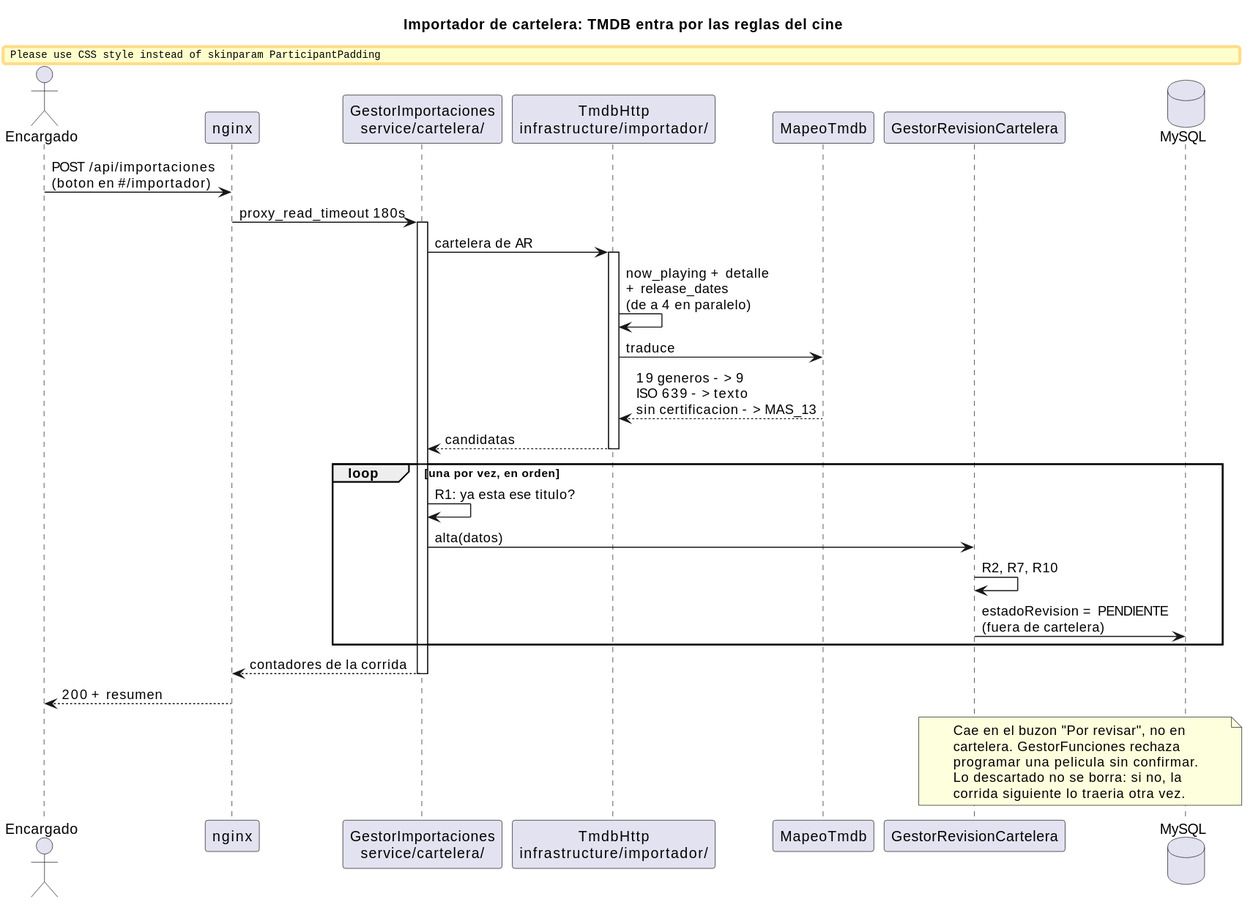
Above: _other/docs/diagramas/importador-flujo.svg in andreiveisuade/cine-uade (PlantUML), before the change.
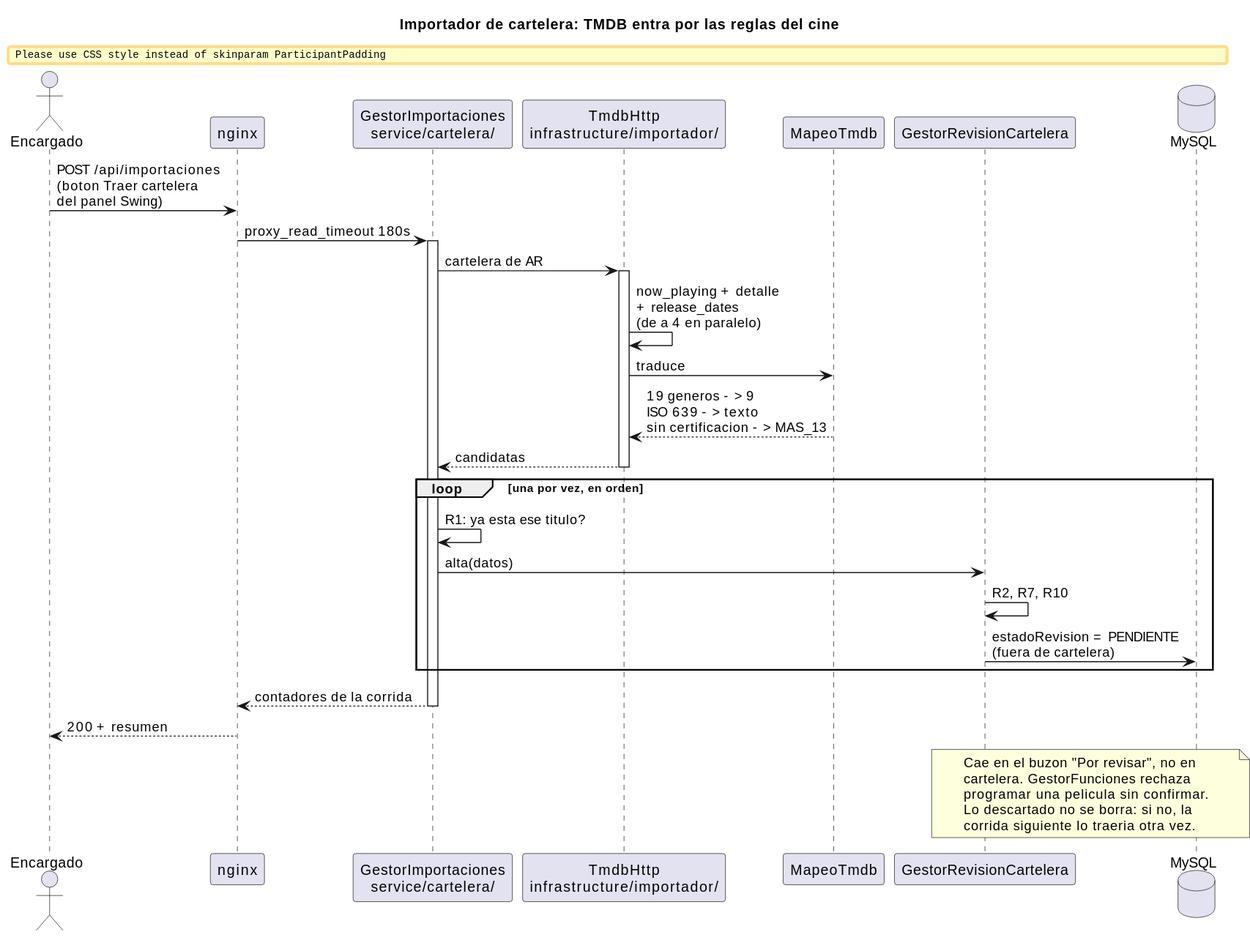
The same diagram one commit later.

Diff of the diagram source:
```diff
@@ -13,7 +13,7 @@
 participant "GestorRevisionCartelera" as GR
 database MySQL as DB
 
-E -> NG : POST /api/importaciones\n(boton en #/importador)
+E -> NG : POST /api/importaciones\n(boton Traer cartelera\ndel panel Swing)
 NG -> GI : proxy_read_timeout 180s
 activate GI
 
```
